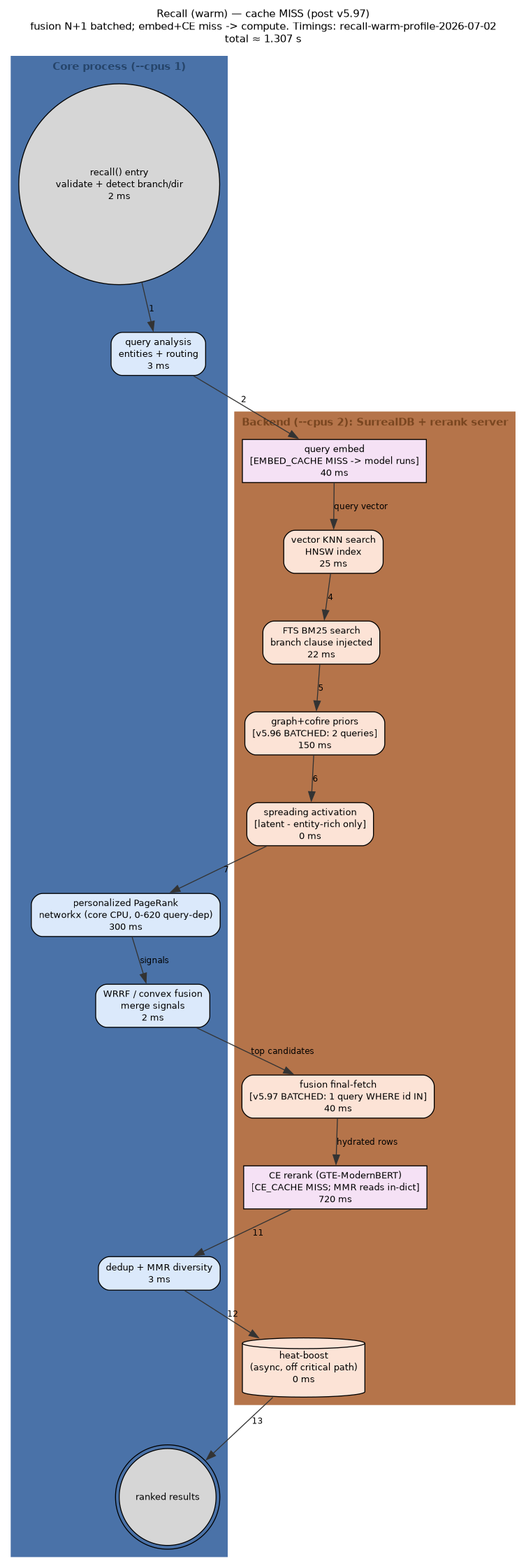
m-agahi/yadgar keeps this Graphviz diagram as docs/diagrams/out/recall-warm-cache-miss.png. Above is the earlier version. Its source is kept beside it as docs/diagrams/out/recall-warm-cache-miss.dot.
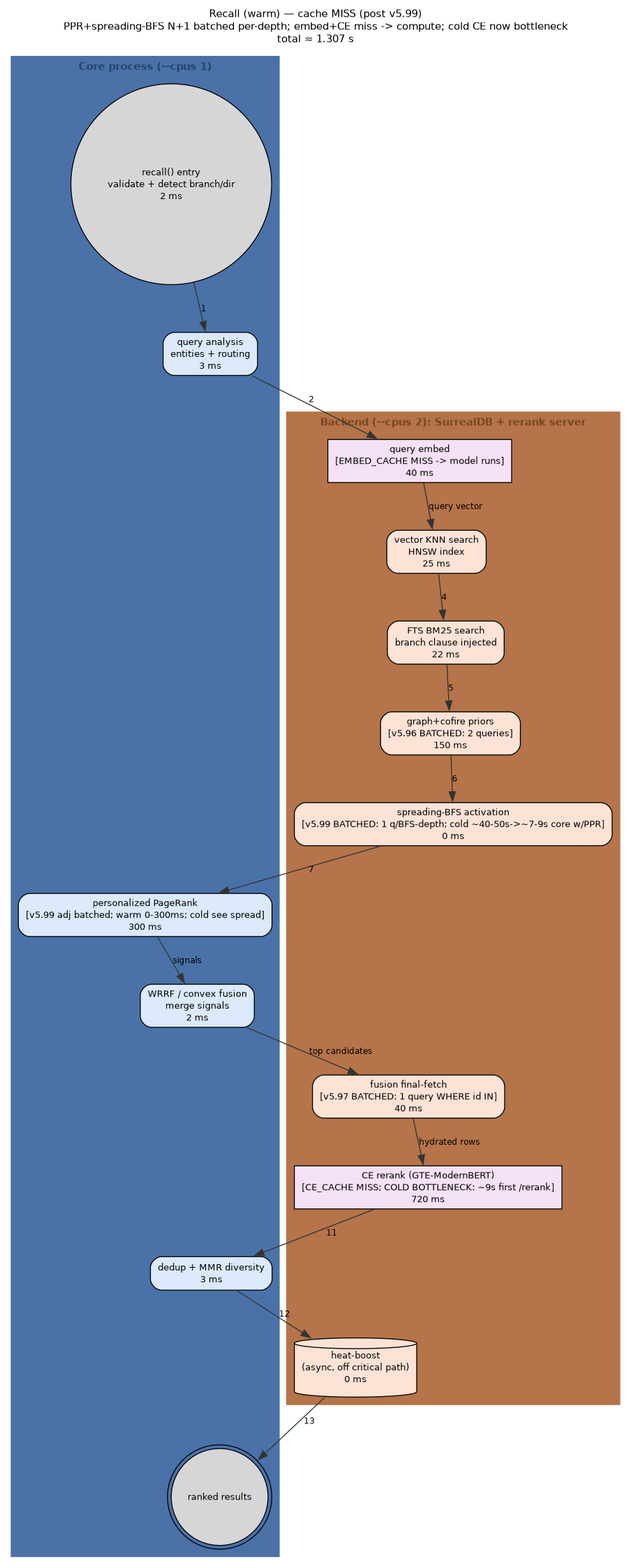
Above is the later version.

Commit message:
docs(diagrams): refresh recall diagrams for v5.99 (cold PPR/spreading 40-50s->7-9s) (#147)

Change to the diagram source:
```diff
@@ -7,8 +7,8 @@
   graph [fontname="Helvetica", fontsize=11, labelloc="t"];
   node  [fontname="Helvetica", fontsize=10];
   edge  [fontname="Helvetica", fontsize=9];
-  label="Recall (warm) — cache MISS (post v5.97)
-fusion N+1 batched; embed+CE miss -> compute. Timings: recall-warm-profile-2026-07-02
+  label="Recall (warm) — cache MISS (post v5.99)
+PPR+spreading-BFS N+1 batched per-depth; embed+CE miss -> compute; cold CE now bottleneck
 total ≈ 1.307 s";
   subgraph "cluster_core" {
     label="Core process (--cpus 1)";
@@ -19,7 +19,7 @@
     fontname="Helvetica-Bold";
     "entry" [shape="circle", style="filled", fillcolor="#d6d6d6", label="recall() entry\nvalidate + detect branch/dir\n2 ms"];
     "qanalysis" [shape="box", style="rounded,filled", fillcolor="#dbe9fb", label="query analysis\nentities + routing\n3 ms"];
-    "ppr" [shape="box", style="rounded,filled", fillcolor="#dbe9fb", label="personalized PageRank\nnetworkx (core CPU, 0-620 query-dep)\n300 ms"];
+    "ppr" [shape="box", style="rounded,filled", fillcolor="#dbe9fb", label="personalized PageRank\n[v5.99 adj batched; warm 0-300ms; cold see spread]\n300 ms"];
     "fusion" [shape="box", style="rounded,filled", fillcolor="#dbe9fb", label="WRRF / convex fusion\nmerge signals\n2 ms"];
     "dedup" [shape="box", style="rounded,filled", fillcolor="#dbe9fb", label="dedup + MMR diversity\n3 ms"];
     "results" [shape="doublecircle", style="filled", fillcolor="#d6d6d6", label="ranked results"];
@@ -35,9 +35,9 @@
     "knn" [shape="box", style="rounded,filled", fillcolor="#fce3d6", label="vector KNN search\nHNSW index\n25 ms"];
     "fts" [shape="box", style="rounded,filled", fillcolor="#fce3d6", label="FTS BM25 search\nbranch clause injected\n22 ms"];
     "priors" [shape="box", style="rounded,filled", fillcolor="#fce3d6", label="graph+cofire priors\n[v5.96 BATCHED: 2 queries]\n150 ms"];
-    "spread" [shape="box", style="rounded,filled", fillcolor="#fce3d6", label="spreading activation\n[latent - entity-rich only]\n0 ms"];
+    "spread" [shape="box", style="rounded,filled", fillcolor="#fce3d6", label="spreading-BFS activation\n[v5.99 BATCHED: 1 q/BFS-depth; cold ~40-50s->~7-9s core w/PPR]\n0 ms"];
     "fetch" [shape="box", style="rounded,filled", fillcolor="#fce3d6", label="fusion final-fetch\n[v5.97 BATCHED: 1 query WHERE id IN]\n40 ms"];
-    "cererank" [shape="box", style="filled", fillcolor="#f5e1f5", label="CE rerank (GTE-ModernBERT)\n[CE_CACHE MISS; MMR reads in-dict]\n720 ms"];
+    "cererank" [shape="box", style="filled", fillcolor="#f5e1f5", label="CE rerank (GTE-ModernBERT)\n[CE_CACHE MISS; COLD BOTTLENECK: ~9s first /rerank]\n720 ms"];
     "heat" [shape="cylinder", style="filled", fillcolor="#fce3d6", label="heat-boost\n(async, off critical path)\n0 ms"];
   }
   "entry" -> "qanalysis" [color="#333333", style="solid", label="1"];
```
